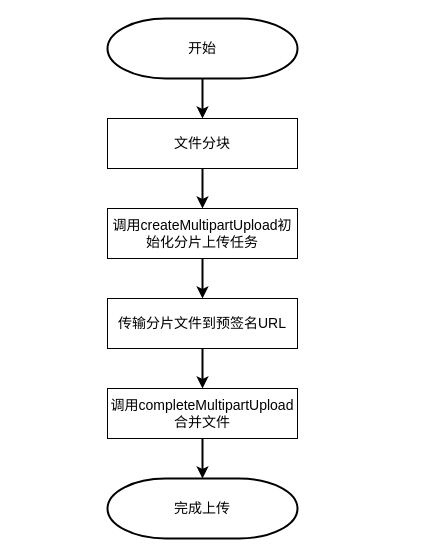
The draw.io diagram 文件上传.drawio in daomengRen/graph, before the edit. Source tidied: cells renumbered, new cells numbered last; positions are measured from the earlier drawing's top-left corner, leaving out a move shared by most shapes. Both pictures are drawn from the tidied source at 100%, with x=0, y=0 at pixel (107, 18).
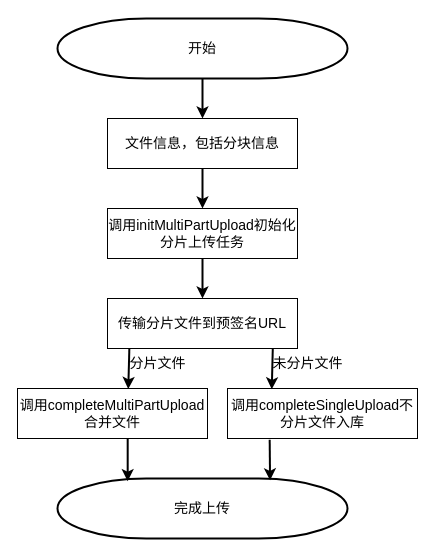
The same page after the edit.

Commit message:
更新文件上传.drawio

Change to the diagram source:
```diff
@@
 <mxGraphModel>
   <root>
     <mxCell id="0" />
     <mxCell id="1" parent="0" />
-    <mxCell id="2" value="&lt;font style=&quot;font-size: 14px;&quot;&gt;文件分块&lt;/font&gt;" style="rounded=0;whiteSpace=wrap;html=1;" parent="1" vertex="1">
+    <mxCell id="2" value="&lt;font style=&quot;font-size: 14px;&quot;&gt;文件信息，包括分块信息&lt;/font&gt;" style="rounded=0;whiteSpace=wrap;html=1;" parent="1" vertex="1">
       <mxGeometry y="100" width="190" height="50" as="geometry" />
     </mxCell>
-    <mxCell id="3" value="&lt;font style=&quot;font-size: 14px;&quot;&gt;调用createMultipartUpload初始化分片上传任务&lt;/font&gt;" style="rounded=0;whiteSpace=wrap;html=1;" parent="1" vertex="1">
+    <mxCell id="3" value="&lt;font style=&quot;font-size: 14px;&quot;&gt;调用initMultiPartUpload初始化分片上传任务&lt;/font&gt;" style="rounded=0;whiteSpace=wrap;html=1;" parent="1" vertex="1">
       <mxGeometry y="190" width="190" height="50" as="geometry" />
     </mxCell>
-    <mxCell id="4" value="&lt;span style=&quot;font-size: 14px;&quot;&gt;调用completeMultipartUpload合并文件&lt;/span&gt;" style="rounded=0;whiteSpace=wrap;html=1;" parent="1" vertex="1">
-      <mxGeometry y="370" width="190" height="50" as="geometry" />
+    <mxCell id="4" value="&lt;span style=&quot;font-size: 14px;&quot;&gt;调用completeMultiPartUpload合并文件&lt;/span&gt;" style="rounded=0;whiteSpace=wrap;html=1;" parent="1" vertex="1">
+      <mxGeometry x="-90" y="370" width="190" height="50" as="geometry" />
     </mxCell>
     <mxCell id="5" value="&lt;span style=&quot;font-size: 14px;&quot;&gt;传输分片文件到预签名URL&lt;/span&gt;" style="rounded=0;whiteSpace=wrap;html=1;" parent="1" vertex="1">
       <mxGeometry y="280" width="190" height="50" as="geometry" />
     </mxCell>
     <mxCell id="6" value="&lt;font style=&quot;font-size: 14px;&quot;&gt;完成上传&lt;/font&gt;" style="strokeWidth=2;html=1;shape=mxgraph.flowchart.terminator;whiteSpace=wrap;" parent="1" vertex="1">
-      <mxGeometry y="460" width="190" height="60" as="geometry" />
+      <mxGeometry x="-50" y="460" width="290" height="60" as="geometry" />
     </mxCell>
     <mxCell id="7" value="&lt;font style=&quot;font-size: 14px;&quot;&gt;开始&lt;/font&gt;" style="strokeWidth=2;html=1;shape=mxgraph.flowchart.terminator;whiteSpace=wrap;" parent="1" vertex="1">
-      <mxGeometry width="190" height="60" as="geometry" />
+      <mxGeometry x="-50" width="290" height="60" as="geometry" />
     </mxCell>
     <mxCell id="8" style="endArrow=classic;html=1;rounded=0;exitX=0.5;exitY=1;exitDx=0;exitDy=0;exitPerimeter=0;entryX=0.5;entryY=0;entryDx=0;entryDy=0;strokeWidth=2;" parent="1" edge="1" source="7" target="2">
       <mxGeometry relative="1" as="geometry" />
     </mxCell>
     <mxCell id="9" style="endArrow=classic;html=1;rounded=0;exitX=0.5;exitY=1;exitDx=0;exitDy=0;entryX=0.5;entryY=0;entryDx=0;entryDy=0;strokeWidth=2;" parent="1" edge="1" source="2" target="3">
       <mxGeometry relative="1" as="geometry" />
     </mxCell>
     <mxCell id="10" style="endArrow=classic;html=1;rounded=0;exitX=0.5;exitY=1;exitDx=0;exitDy=0;entryX=0.5;entryY=0;entryDx=0;entryDy=0;strokeWidth=2;" parent="1" edge="1" source="3" target="5">
       <mxGeometry relative="1" as="geometry" />
     </mxCell>
-    <mxCell id="11" style="endArrow=classic;html=1;rounded=0;exitX=0.5;exitY=1;exitDx=0;exitDy=0;entryX=0.5;entryY=0;entryDx=0;entryDy=0;strokeWidth=2;" parent="1" edge="1" source="5" target="4">
+    <mxCell id="11" style="endArrow=classic;html=1;rounded=0;entryX=0.583;entryY=0.009;entryDx=0;entryDy=0;strokeWidth=2;entryPerimeter=0;exitX=0.115;exitY=1;exitDx=0;exitDy=0;exitPerimeter=0;" parent="1" edge="1" source="5" target="4">
       <mxGeometry relative="1" as="geometry" />
     </mxCell>
-    <mxCell id="12" style="endArrow=classic;html=1;rounded=0;exitX=0.5;exitY=1;exitDx=0;exitDy=0;entryX=0.5;entryY=0;entryDx=0;entryDy=0;strokeWidth=2;entryPerimeter=0;" parent="1" edge="1" source="4" target="6">
+    <mxCell id="12" style="endArrow=classic;html=1;rounded=0;exitX=0.58;exitY=1.011;exitDx=0;exitDy=0;entryX=0.242;entryY=0.045;entryDx=0;entryDy=0;strokeWidth=2;entryPerimeter=0;exitPerimeter=0;" parent="1" edge="1" source="4" target="6">
       <mxGeometry relative="1" as="geometry" />
     </mxCell>
+    <mxCell id="13" value="&lt;span style=&quot;font-size: 14px;&quot;&gt;调用completeSingleUpload不分片文件入库&lt;/span&gt;" style="rounded=0;whiteSpace=wrap;html=1;" parent="1" vertex="1">
+      <mxGeometry x="120" y="370" width="190" height="50" as="geometry" />
+    </mxCell>
+    <mxCell id="14" style="endArrow=classic;html=1;rounded=0;entryX=0.233;entryY=0.017;entryDx=0;entryDy=0;strokeWidth=2;exitX=0.87;exitY=0.99;exitDx=0;exitDy=0;exitPerimeter=0;entryPerimeter=0;" parent="1" edge="1" source="5" target="13">
+      <mxGeometry relative="1" as="geometry" />
+    </mxCell>
+    <mxCell id="15" style="endArrow=classic;html=1;rounded=0;exitX=0.222;exitY=1.023;exitDx=0;exitDy=0;entryX=0.733;entryY=0.03;entryDx=0;entryDy=0;strokeWidth=2;entryPerimeter=0;exitPerimeter=0;" parent="1" edge="1" source="13" target="6">
+      <mxGeometry relative="1" as="geometry" />
+    </mxCell>
+    <mxCell id="16" value="&lt;font style=&quot;font-size: 14px;&quot;&gt;分片文件&lt;/font&gt;" style="text;html=1;align=center;verticalAlign=middle;strokeColor=none;fillColor=none;" parent="1" vertex="1">
+      <mxGeometry x="10" y="330" width="80" height="30" as="geometry" />
+    </mxCell>
+    <mxCell id="17" value="&lt;font style=&quot;font-size: 14px;&quot;&gt;未分片文件&lt;/font&gt;" style="text;html=1;align=center;verticalAlign=middle;strokeColor=none;fillColor=none;" parent="1" vertex="1">
+      <mxGeometry x="155" y="330" width="90" height="30" as="geometry" />
+    </mxCell>
   </root>
 </mxGraphModel>
```
